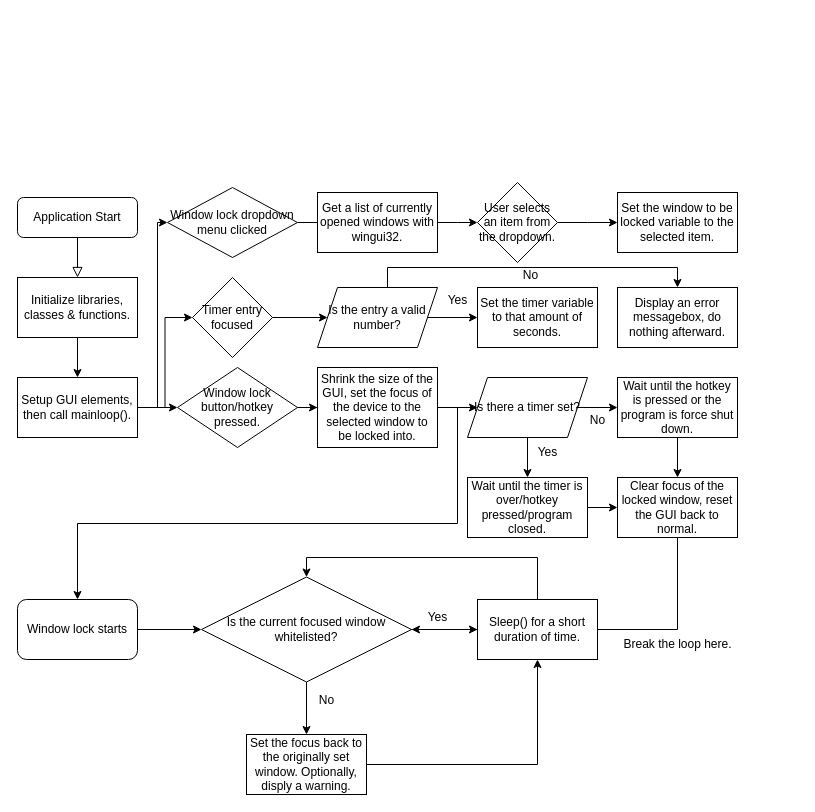
This is 91906-907 Flowchart.drawio from OveralZ/AS916-907, a draw.io file, before an edit. Source tidied: cells renumbered, new cells numbered last; positions are measured from the earlier drawing's top-left corner, leaving out a move shared by most shapes. Both pictures are drawn from the tidied source at 100%, with x=0, y=0 at pixel (17, 182).
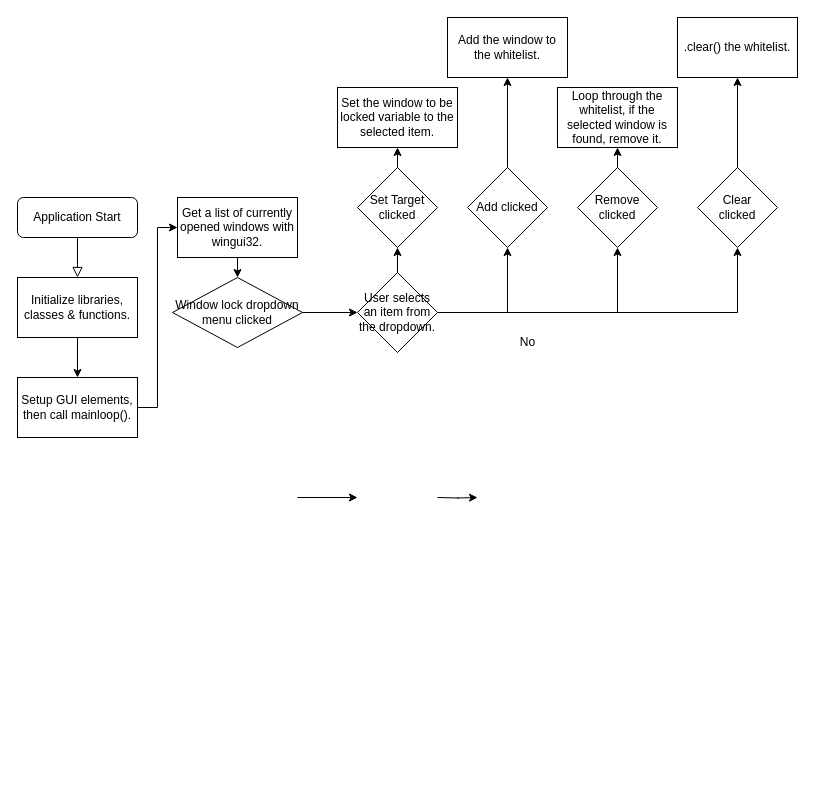
Above is the later version.

Commit message:
Full iteration 1 flowchart.

Unchanged cells that the change refers to:
```xml
<mxCell id="9" value="Setup GUI elements, then call mainloop()." style="rounded=0;whiteSpace=wrap;html=1;" parent="1" vertex="1">
  <mxGeometry y="195" width="120" height="60" as="geometry" />
</mxCell>
```

Change to the diagram source:
```diff
@@
-    <mxCell id="6" style="edgeStyle=orthogonalEdgeStyle;rounded=0;jettySize=auto;html=1;exitX=1;exitY=0.5;exitDx=0;exitDy=0;entryX=0;entryY=0.5;entryDx=0;entryDy=0;" parent="1" edge="1" source="9" target="11">
-      <mxGeometry relative="1" as="geometry">
-        <Array as="points">
-          <mxPoint x="140" y="225" />
-        </Array>
-      </mxGeometry>
-    </mxCell>
-    <mxCell id="7" style="edgeStyle=orthogonalEdgeStyle;rounded=0;jettySize=auto;html=1;entryX=0;entryY=0.5;entryDx=0;entryDy=0;" parent="1" edge="1" source="9" target="18">
-      <mxGeometry relative="1" as="geometry" />
-    </mxCell>
-    <mxCell id="8" style="edgeStyle=orthogonalEdgeStyle;rounded=0;jettySize=auto;html=1;exitX=1;exitY=0.5;exitDx=0;exitDy=0;entryX=0;entryY=0.5;entryDx=0;entryDy=0;" parent="1" edge="1" source="9" target="26">
-      <mxGeometry relative="1" as="geometry" />
-    </mxCell>
+    <mxCell id="54" style="edgeStyle=orthogonalEdgeStyle;rounded=0;jettySize=auto;html=1;exitX=1;exitY=0.5;exitDx=0;exitDy=0;entryX=0;entryY=0.5;entryDx=0;entryDy=0;" parent="1" edge="1" source="9" target="13">
+      <mxGeometry relative="1" as="geometry" />
+    </mxCell>
@@
-    <mxCell id="10" style="edgeStyle=orthogonalEdgeStyle;rounded=0;jettySize=auto;html=1;" parent="1" edge="1" source="11">
-      <mxGeometry relative="1" as="geometry">
-        <mxPoint x="330" y="40" as="targetPoint" />
-      </mxGeometry>
-    </mxCell>
+    <mxCell id="55" style="edgeStyle=orthogonalEdgeStyle;rounded=0;jettySize=auto;html=1;exitX=1;exitY=0.5;exitDx=0;exitDy=0;entryX=0;entryY=0.5;entryDx=0;entryDy=0;" parent="1" edge="1" source="11" target="15">
+      <mxGeometry relative="1" as="geometry" />
+    </mxCell>
     <mxCell id="11" value="Window lock dropdown menu clicked" style="rhombus;whiteSpace=wrap;html=1;" parent="1" vertex="1">
-      <mxGeometry x="150" y="5" width="130" height="70" as="geometry" />
+      <mxGeometry x="155" y="95" width="130" height="70" as="geometry" />
     </mxCell>
-    <mxCell id="12" style="edgeStyle=orthogonalEdgeStyle;rounded=0;jettySize=auto;html=1;entryX=0;entryY=0.5;entryDx=0;entryDy=0;" parent="1" edge="1" source="13">
-      <mxGeometry relative="1" as="geometry">
-        <mxPoint x="460" y="40" as="targetPoint" />
-      </mxGeometry>
-    </mxCell>
+    <mxCell id="56" style="edgeStyle=orthogonalEdgeStyle;rounded=0;jettySize=auto;html=1;exitX=0.5;exitY=1;exitDx=0;exitDy=0;entryX=0.5;entryY=0;entryDx=0;entryDy=0;" parent="1" edge="1" source="13" target="11">
+      <mxGeometry relative="1" as="geometry" />
+    </mxCell>
     <mxCell id="13" value="Get a list of currently opened windows with wingui32." style="rounded=0;whiteSpace=wrap;html=1;" parent="1" vertex="1">
-      <mxGeometry x="300" y="10" width="120" height="60" as="geometry" />
+      <mxGeometry x="160" y="15" width="120" height="60" as="geometry" />
     </mxCell>
-    <mxCell id="14" style="edgeStyle=orthogonalEdgeStyle;rounded=0;jettySize=auto;html=1;" parent="1" edge="1" source="15">
-      <mxGeometry relative="1" as="geometry">
-        <mxPoint x="600" y="40" as="targetPoint" />
-      </mxGeometry>
-    </mxCell>
+    <mxCell id="57" style="edgeStyle=orthogonalEdgeStyle;rounded=0;jettySize=auto;html=1;exitX=0.5;exitY=0;exitDx=0;exitDy=0;" parent="1" edge="1" source="15">
+      <mxGeometry relative="1" as="geometry">
+        <mxPoint x="380" y="65" as="targetPoint" />
+      </mxGeometry>
+    </mxCell>
+    <mxCell id="58" style="edgeStyle=orthogonalEdgeStyle;rounded=0;jettySize=auto;html=1;exitX=1;exitY=0.5;exitDx=0;exitDy=0;entryX=0.5;entryY=1;entryDx=0;entryDy=0;" parent="1" edge="1" source="15" target="64">
+      <mxGeometry relative="1" as="geometry" />
+    </mxCell>
+    <mxCell id="59" style="edgeStyle=orthogonalEdgeStyle;rounded=0;jettySize=auto;html=1;exitX=1;exitY=0.5;exitDx=0;exitDy=0;entryX=0.5;entryY=1;entryDx=0;entryDy=0;" parent="1" edge="1" source="15" target="66">
+      <mxGeometry relative="1" as="geometry" />
+    </mxCell>
+    <mxCell id="60" style="edgeStyle=orthogonalEdgeStyle;rounded=0;jettySize=auto;html=1;exitX=1;exitY=0.5;exitDx=0;exitDy=0;entryX=0.5;entryY=1;entryDx=0;entryDy=0;" parent="1" edge="1" source="15" target="68">
+      <mxGeometry relative="1" as="geometry" />
+    </mxCell>
     <mxCell id="15" value="User selects an item from the dropdown." style="rhombus;whiteSpace=wrap;html=1;" parent="1" vertex="1">
-      <mxGeometry x="460" width="80" height="80" as="geometry" />
+      <mxGeometry x="340" y="90" width="80" height="80" as="geometry" />
     </mxCell>
     <mxCell id="16" value="Set the window to be locked variable to the selected item." style="rounded=0;whiteSpace=wrap;html=1;" parent="1" vertex="1">
-      <mxGeometry x="600" y="10" width="120" height="60" as="geometry" />
+      <mxGeometry x="320" y="-95" width="120" height="60" as="geometry" />
     </mxCell>
-    <mxCell id="17" style="edgeStyle=orthogonalEdgeStyle;rounded=0;jettySize=auto;html=1;entryX=0;entryY=0.5;entryDx=0;entryDy=0;" parent="1" edge="1" source="18" target="21">
-      <mxGeometry relative="1" as="geometry" />
+    <mxCell id="17" style="edgeStyle=orthogonalEdgeStyle;rounded=0;orthogonalLoop=1;jettySize=auto;html=1;entryX=0;entryY=0.5;entryDx=0;entryDy=0;" parent="1" edge="1">
+      <mxGeometry relative="1" as="geometry">
+        <mxPoint x="280" y="315" as="sourcePoint" />
+        <mxPoint x="340" y="315" as="targetPoint" />
+      </mxGeometry>
     </mxCell>
-    <mxCell id="18" value="Window lock button/hotkey pressed." style="rhombus;whiteSpace=wrap;html=1;" parent="1" vertex="1">
-      <mxGeometry x="160" y="185" width="120" height="80" as="geometry" />
-    </mxCell>
-    <mxCell id="19" style="edgeStyle=orthogonalEdgeStyle;rounded=0;jettySize=auto;html=1;exitX=1;exitY=0.5;exitDx=0;exitDy=0;entryX=0;entryY=0.5;entryDx=0;entryDy=0;" parent="1" edge="1" source="21" target="24">
-      <mxGeometry relative="1" as="geometry" />
+    <mxCell id="19" style="edgeStyle=orthogonalEdgeStyle;rounded=0;orthogonalLoop=1;jettySize=auto;html=1;exitX=1;exitY=0.5;exitDx=0;exitDy=0;entryX=0;entryY=0.5;entryDx=0;entryDy=0;" parent="1" edge="1">
+      <mxGeometry relative="1" as="geometry">
+        <mxPoint x="420" y="315" as="sourcePoint" />
+        <mxPoint x="460" y="315" as="targetPoint" />
+      </mxGeometry>
     </mxCell>
-    <mxCell id="20" style="edgeStyle=orthogonalEdgeStyle;rounded=0;jettySize=auto;html=1;exitX=1;exitY=0.5;exitDx=0;exitDy=0;entryX=0.5;entryY=0;entryDx=0;entryDy=0;" parent="1" edge="1" source="21" target="43">
-      <mxGeometry relative="1" as="geometry" />
-    </mxCell>
-    <mxCell id="21" value="Shrink the size of the GUI, set the focus of the device to the selected window to be locked into." style="rounded=0;whiteSpace=wrap;html=1;" parent="1" vertex="1">
-      <mxGeometry x="300" y="185" width="120" height="80" as="geometry" />
-    </mxCell>
-    <mxCell id="22" style="edgeStyle=orthogonalEdgeStyle;rounded=0;jettySize=auto;html=1;exitX=1;exitY=0.5;exitDx=0;exitDy=0;" parent="1" edge="1" source="24" target="35">
-      <mxGeometry relative="1" as="geometry" />
+    <mxCell id="22" style="edgeStyle=orthogonalEdgeStyle;rounded=0;orthogonalLoop=1;jettySize=auto;html=1;exitX=1;exitY=0.5;exitDx=0;exitDy=0;" parent="1" edge="1">
+      <mxGeometry relative="1" as="geometry">
+        <mxPoint x="560" y="315" as="sourcePoint" />
+      </mxGeometry>
     </mxCell>
-    <mxCell id="23" style="edgeStyle=orthogonalEdgeStyle;rounded=0;jettySize=auto;html=1;exitX=0.5;exitY=1;exitDx=0;exitDy=0;entryX=0.5;entryY=0;entryDx=0;entryDy=0;" parent="1" edge="1" source="24" target="39">
-      <mxGeometry relative="1" as="geometry" />
-    </mxCell>
-    <mxCell id="24" value="Is there a timer set?" style="shape=parallelogram;perimeter=parallelogramPerimeter;whiteSpace=wrap;html=1;fixedSize=1;" parent="1" vertex="1">
-      <mxGeometry x="450" y="195" width="120" height="60" as="geometry" />
-    </mxCell>
-    <mxCell id="25" style="edgeStyle=orthogonalEdgeStyle;rounded=0;jettySize=auto;html=1;exitX=1;exitY=0.5;exitDx=0;exitDy=0;entryX=0;entryY=0.5;entryDx=0;entryDy=0;" parent="1" edge="1" source="26" target="29">
-      <mxGeometry relative="1" as="geometry" />
-    </mxCell>
-    <mxCell id="26" value="Timer entry focused" style="rhombus;whiteSpace=wrap;html=1;" parent="1" vertex="1">
-      <mxGeometry x="175" y="95" width="80" height="80" as="geometry" />
-    </mxCell>
-    <mxCell id="27" style="edgeStyle=orthogonalEdgeStyle;rounded=0;jettySize=auto;html=1;entryX=0;entryY=0.5;entryDx=0;entryDy=0;" parent="1" edge="1" source="29" target="30">
-      <mxGeometry relative="1" as="geometry" />
-    </mxCell>
-    <mxCell id="28" style="edgeStyle=orthogonalEdgeStyle;rounded=0;jettySize=auto;html=1;entryX=0.5;entryY=0;entryDx=0;entryDy=0;" parent="1" edge="1" source="29" target="32">
-      <mxGeometry relative="1" as="geometry">
-        <Array as="points">
-          <mxPoint x="370" y="85" />
-          <mxPoint x="660" y="85" />
-        </Array>
-      </mxGeometry>
-    </mxCell>
-    <mxCell id="29" value="Is the entry a valid number?" style="shape=parallelogram;perimeter=parallelogramPerimeter;whiteSpace=wrap;html=1;fixedSize=1;" parent="1" vertex="1">
-      <mxGeometry x="300" y="105" width="120" height="60" as="geometry" />
-    </mxCell>
-    <mxCell id="30" value="Set the timer variable to that amount of seconds." style="rounded=0;whiteSpace=wrap;html=1;" parent="1" vertex="1">
-      <mxGeometry x="460" y="105" width="120" height="60" as="geometry" />
-    </mxCell>
-    <mxCell id="31" value="Yes" style="text;html=1;align=center;verticalAlign=middle;strokeColor=none;fillColor=none;" parent="1" vertex="1">
-      <mxGeometry x="420" y="103" width="40" height="30" as="geometry" />
-    </mxCell>
-    <mxCell id="32" value="Display an error messagebox, do nothing afterward." style="rounded=0;whiteSpace=wrap;html=1;" parent="1" vertex="1">
-      <mxGeometry x="600" y="105" width="120" height="60" as="geometry" />
-    </mxCell>
     <mxCell id="33" value="No" style="text;html=1;align=center;verticalAlign=middle;strokeColor=none;fillColor=none;" parent="1" vertex="1">
-      <mxGeometry x="493" y="78" width="40" height="30" as="geometry" />
+      <mxGeometry x="490" y="145" width="40" height="30" as="geometry" />
     </mxCell>
-    <mxCell id="34" style="edgeStyle=orthogonalEdgeStyle;rounded=0;jettySize=auto;html=1;exitX=0.5;exitY=1;exitDx=0;exitDy=0;entryX=0.5;entryY=0;entryDx=0;entryDy=0;" parent="1" edge="1" source="35" target="41">
-      <mxGeometry relative="1" as="geometry" />
-    </mxCell>
-    <mxCell id="35" value="Wait until the hotkey is pressed or the program is force shut down." style="rounded=0;whiteSpace=wrap;html=1;" parent="1" vertex="1">
-      <mxGeometry x="600" y="195" width="120" height="60" as="geometry" />
-    </mxCell>
-    <mxCell id="36" value="No" style="text;html=1;align=center;verticalAlign=middle;strokeColor=none;fillColor=none;" parent="1" vertex="1">
-      <mxGeometry x="560" y="223" width="40" height="30" as="geometry" />
-    </mxCell>
-    <mxCell id="37" value="Yes" style="text;html=1;align=center;verticalAlign=middle;strokeColor=none;fillColor=none;" parent="1" vertex="1">
-      <mxGeometry x="510" y="255" width="40" height="30" as="geometry" />
-    </mxCell>
-    <mxCell id="38" style="edgeStyle=orthogonalEdgeStyle;rounded=0;jettySize=auto;html=1;exitX=1;exitY=0.5;exitDx=0;exitDy=0;entryX=0;entryY=0.5;entryDx=0;entryDy=0;" parent="1" edge="1" source="39" target="41">
-      <mxGeometry relative="1" as="geometry" />
-    </mxCell>
-    <mxCell id="39" value="Wait until the timer is over/hotkey pressed/program closed." style="rounded=0;whiteSpace=wrap;html=1;" parent="1" vertex="1">
-      <mxGeometry x="450" y="295" width="120" height="60" as="geometry" />
-    </mxCell>
-    <mxCell id="40" style="edgeStyle=orthogonalEdgeStyle;rounded=0;jettySize=auto;html=1;exitX=0.5;exitY=1;exitDx=0;exitDy=0;entryX=1;entryY=0.5;entryDx=0;entryDy=0;" parent="1" edge="1" source="41" target="46">
-      <mxGeometry relative="1" as="geometry" />
-    </mxCell>
-    <mxCell id="41" value="Clear focus of the locked window, reset the GUI back to normal." style="rounded=0;whiteSpace=wrap;html=1;" parent="1" vertex="1">
-      <mxGeometry x="600" y="295" width="120" height="60" as="geometry" />
-    </mxCell>
-    <mxCell id="42" style="edgeStyle=orthogonalEdgeStyle;rounded=0;jettySize=auto;html=1;entryX=0;entryY=0.5;entryDx=0;entryDy=0;" parent="1" edge="1" source="43" target="46">
-      <mxGeometry relative="1" as="geometry" />
-    </mxCell>
-    <mxCell id="43" value="Window lock starts" style="rounded=1;whiteSpace=wrap;html=1;" parent="1" vertex="1">
-      <mxGeometry y="417" width="120" height="60" as="geometry" />
-    </mxCell>
-    <mxCell id="44" style="edgeStyle=orthogonalEdgeStyle;rounded=0;jettySize=auto;html=1;entryX=0;entryY=0.5;entryDx=0;entryDy=0;" parent="1" edge="1" source="46" target="48">
-      <mxGeometry relative="1" as="geometry" />
-    </mxCell>
-    <mxCell id="45" style="edgeStyle=orthogonalEdgeStyle;rounded=0;jettySize=auto;html=1;exitX=0.5;exitY=1;exitDx=0;exitDy=0;entryX=0.5;entryY=0;entryDx=0;entryDy=0;" parent="1" edge="1" source="46" target="51">
-      <mxGeometry relative="1" as="geometry" />
-    </mxCell>
-    <mxCell id="46" value="Is the current focused window whitelisted?" style="rhombus;whiteSpace=wrap;html=1;" parent="1" vertex="1">
-      <mxGeometry x="184" y="394.5" width="210" height="105" as="geometry" />
-    </mxCell>
-    <mxCell id="47" style="edgeStyle=orthogonalEdgeStyle;rounded=0;jettySize=auto;html=1;entryX=0.5;entryY=0;entryDx=0;entryDy=0;" parent="1" edge="1" source="48" target="46">
-      <mxGeometry relative="1" as="geometry">
-        <Array as="points">
-          <mxPoint x="520" y="375" />
-          <mxPoint x="289" y="375" />
-        </Array>
-      </mxGeometry>
-    </mxCell>
-    <mxCell id="48" value="Sleep() for a short duration of time." style="rounded=0;whiteSpace=wrap;html=1;" parent="1" vertex="1">
-      <mxGeometry x="460" y="417" width="120" height="60" as="geometry" />
-    </mxCell>
-    <mxCell id="49" value="Yes" style="text;html=1;align=center;verticalAlign=middle;strokeColor=none;fillColor=none;" parent="1" vertex="1">
-      <mxGeometry x="400" y="420" width="40" height="30" as="geometry" />
-    </mxCell>
-    <mxCell id="50" style="edgeStyle=orthogonalEdgeStyle;rounded=0;jettySize=auto;html=1;entryX=0.5;entryY=1;entryDx=0;entryDy=0;" parent="1" edge="1" source="51" target="48">
-      <mxGeometry relative="1" as="geometry" />
-    </mxCell>
-    <mxCell id="51" value="Set the focus back to the originally set window. Optionally, disply a warning." style="rounded=0;whiteSpace=wrap;html=1;" parent="1" vertex="1">
-      <mxGeometry x="229" y="552" width="120" height="60" as="geometry" />
-    </mxCell>
-    <mxCell id="52" value="No" style="text;html=1;align=center;verticalAlign=middle;strokeColor=none;fillColor=none;" parent="1" vertex="1">
-      <mxGeometry x="289" y="502.5" width="40" height="30" as="geometry" />
-    </mxCell>
-    <mxCell id="53" value="Break the loop here." style="text;html=1;align=center;verticalAlign=middle;strokeColor=none;fillColor=none;" parent="1" vertex="1">
-      <mxGeometry x="595" y="447" width="130" height="30" as="geometry" />
-    </mxCell>
+    <mxCell id="61" style="edgeStyle=orthogonalEdgeStyle;rounded=0;jettySize=auto;html=1;exitX=0.5;exitY=0;exitDx=0;exitDy=0;entryX=0.5;entryY=1;entryDx=0;entryDy=0;" parent="1" edge="1" source="62" target="16">
+      <mxGeometry relative="1" as="geometry" />
+    </mxCell>
+    <mxCell id="62" value="Set Target&lt;br&gt;clicked" style="rhombus;whiteSpace=wrap;html=1;" parent="1" vertex="1">
+      <mxGeometry x="340" y="-15" width="80" height="80" as="geometry" />
+    </mxCell>
+    <mxCell id="63" style="edgeStyle=orthogonalEdgeStyle;rounded=0;jettySize=auto;html=1;exitX=0.5;exitY=0;exitDx=0;exitDy=0;entryX=0.5;entryY=1;entryDx=0;entryDy=0;" parent="1" edge="1" source="64" target="69">
+      <mxGeometry relative="1" as="geometry" />
+    </mxCell>
+    <mxCell id="64" value="Add clicked" style="rhombus;whiteSpace=wrap;html=1;" parent="1" vertex="1">
+      <mxGeometry x="450" y="-15" width="80" height="80" as="geometry" />
+    </mxCell>
+    <mxCell id="65" style="edgeStyle=orthogonalEdgeStyle;rounded=0;jettySize=auto;html=1;exitX=0.5;exitY=0;exitDx=0;exitDy=0;entryX=0.5;entryY=1;entryDx=0;entryDy=0;" parent="1" edge="1" source="66" target="70">
+      <mxGeometry relative="1" as="geometry" />
+    </mxCell>
+    <mxCell id="66" value="Remove&lt;br&gt;clicked" style="rhombus;whiteSpace=wrap;html=1;" parent="1" vertex="1">
+      <mxGeometry x="560" y="-15" width="80" height="80" as="geometry" />
+    </mxCell>
+    <mxCell id="67" style="edgeStyle=orthogonalEdgeStyle;rounded=0;jettySize=auto;html=1;exitX=0.5;exitY=0;exitDx=0;exitDy=0;entryX=0.5;entryY=1;entryDx=0;entryDy=0;" parent="1" edge="1" source="68" target="71">
+      <mxGeometry relative="1" as="geometry" />
+    </mxCell>
+    <mxCell id="68" value="Clear&lt;br&gt;clicked" style="rhombus;whiteSpace=wrap;html=1;" parent="1" vertex="1">
+      <mxGeometry x="680" y="-15" width="80" height="80" as="geometry" />
+    </mxCell>
+    <mxCell id="69" value="Add the window to the whitelist." style="rounded=0;whiteSpace=wrap;html=1;" parent="1" vertex="1">
+      <mxGeometry x="430" y="-165" width="120" height="60" as="geometry" />
+    </mxCell>
+    <mxCell id="70" value="Loop through the whitelist, if the selected window is found, remove it." style="rounded=0;whiteSpace=wrap;html=1;" parent="1" vertex="1">
+      <mxGeometry x="540" y="-95" width="120" height="60" as="geometry" />
+    </mxCell>
+    <mxCell id="71" value=".clear() the whitelist." style="rounded=0;whiteSpace=wrap;html=1;" parent="1" vertex="1">
+      <mxGeometry x="660" y="-165" width="120" height="60" as="geometry" />
+    </mxCell>
```
